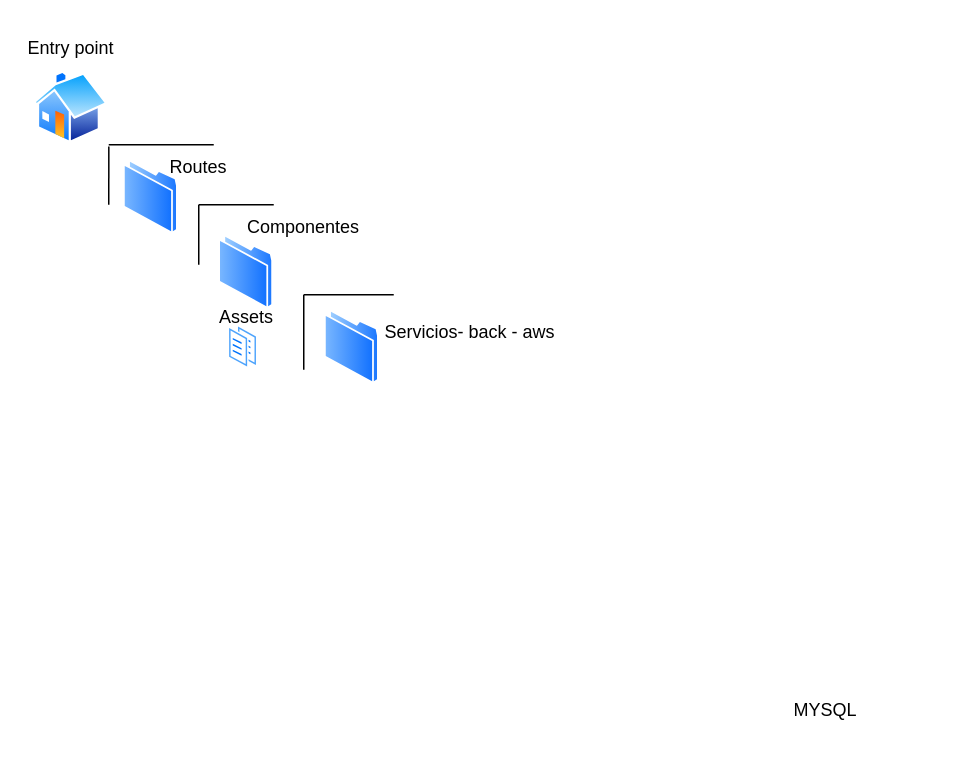
Above: Diagrama sin título.drawio in sktvera/ECCARGO-JulianV-Web-front (draw.io), before the change. Source tidied: cells renumbered, new cells numbered last; positions are measured from the earlier drawing's top-left corner, leaving out a move shared by most shapes. Both pictures are drawn from the tidied source at 150%, with x=0, y=0 at pixel (26, 26).
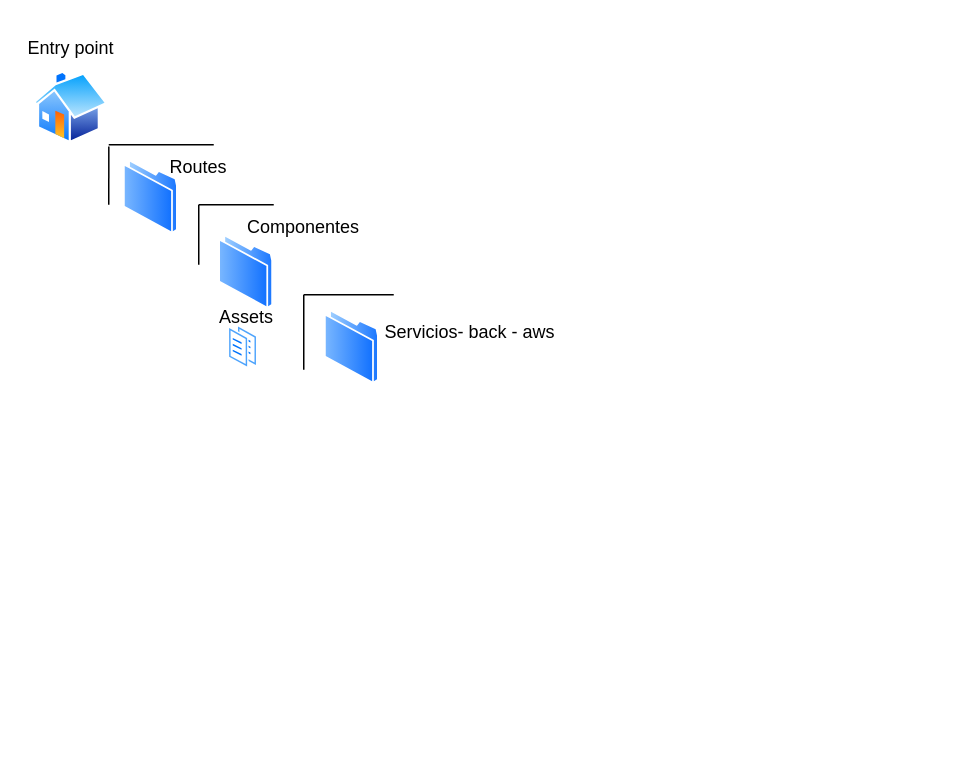
After the change.

Diff of the diagram source:
```diff
@@
-    <mxCell id="2" value="MYSQL" style="text;html=1;align=center;verticalAlign=middle;whiteSpace=wrap;rounded=0;" parent="1" vertex="1">
-      <mxGeometry x="465" y="441" width="136" height="30" as="geometry" />
-    </mxCell>
```
